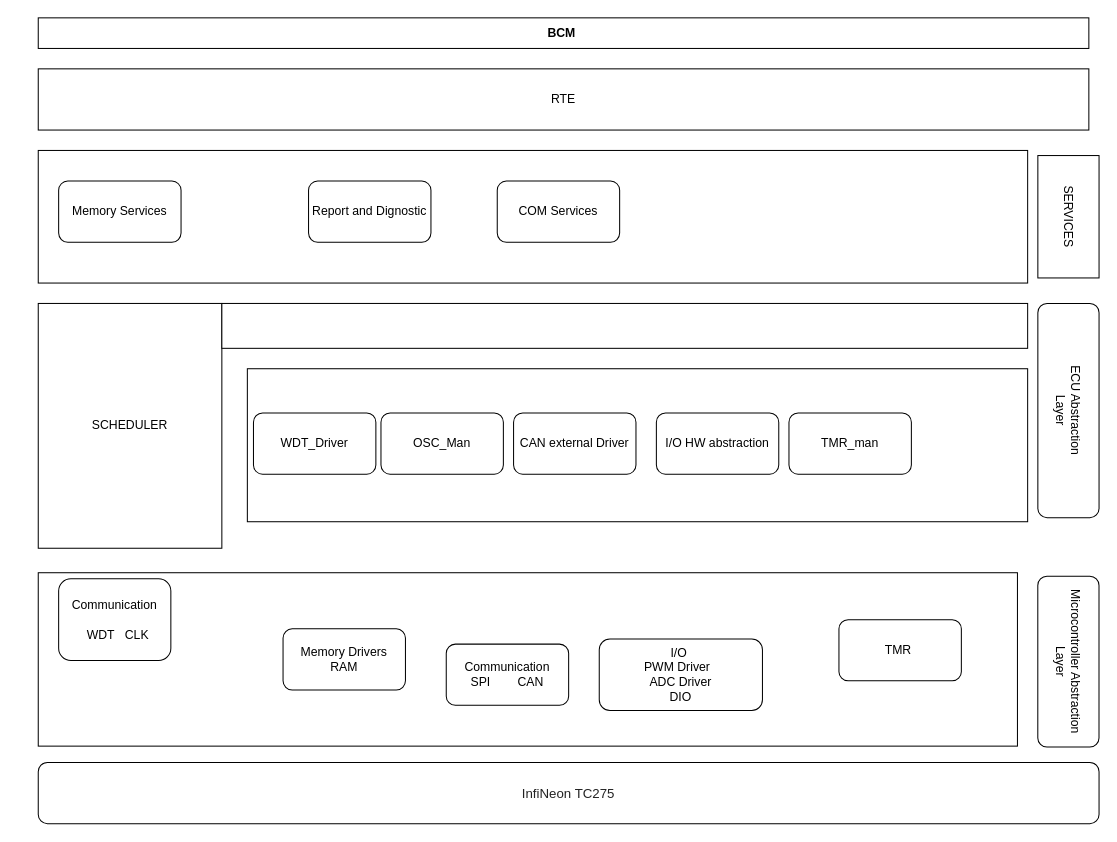
Before: page "Página-1" (1 of 2) of Diagrama sin título.drawio in juankcl/ContiDiagrams, a draw.io diagram. Source tidied: cells renumbered, new cells numbered last; positions are measured from the earlier drawing's top-left corner, leaving out a move shared by most shapes. Both pictures are drawn from the tidied source at 102%, with x=0, y=0 at pixel (38, 17).
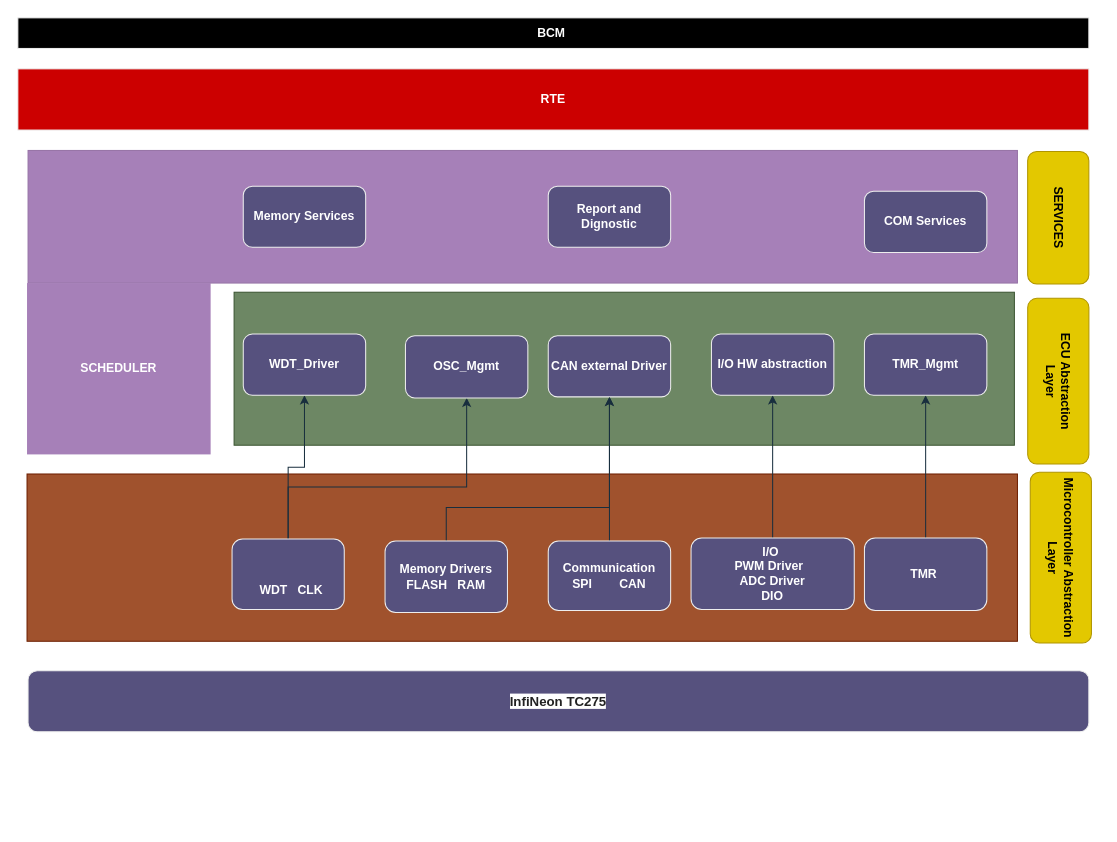
After the change.

The edit, as a diff of the source:
```diff
@@
-    <mxCell id="2" value="&lt;b&gt;BCM&amp;nbsp;&lt;/b&gt;" style="rounded=0;whiteSpace=wrap;html=1;" parent="1" vertex="1">
-      <mxGeometry width="1030" height="30" as="geometry" />
+    <mxCell id="2" value="&lt;span&gt;BCM&amp;nbsp;&lt;/span&gt;" style="rounded=0;whiteSpace=wrap;html=1;fillColor=#000000;strokeColor=#EEEEEE;fontColor=#FFFFFF;fontStyle=1;" parent="1" vertex="1">
+      <mxGeometry x="-20" width="1050" height="30" as="geometry" />
     </mxCell>
-    <mxCell id="3" value="RTE" style="rounded=0;whiteSpace=wrap;html=1;" parent="1" vertex="1">
-      <mxGeometry y="50" width="1030" height="60" as="geometry" />
+    <mxCell id="3" value="RTE" style="rounded=0;whiteSpace=wrap;html=1;fillColor=#CC0000;strokeColor=#EEEEEE;fontColor=#FFFFFF;fontStyle=1;" parent="1" vertex="1">
+      <mxGeometry x="-20" y="50" width="1050" height="60" as="geometry" />
     </mxCell>
-    <mxCell id="4" style="rounded=0;whiteSpace=wrap;html=1;" parent="1" vertex="1">
-      <mxGeometry y="130" width="970" height="130" as="geometry" />
+    <mxCell id="4" style="rounded=0;whiteSpace=wrap;html=1;fillColor=#A680B8;strokeColor=#9673a6;fontStyle=1;" parent="1" vertex="1">
+      <mxGeometry x="-10" y="130" width="970" height="130" as="geometry" />
     </mxCell>
-    <mxCell id="5" value="SCHEDULER" style="rounded=0;whiteSpace=wrap;html=1;" parent="1" vertex="1">
-      <mxGeometry y="280" width="180" height="240" as="geometry" />
-    </mxCell>
-    <mxCell id="6" style="rounded=0;whiteSpace=wrap;html=1;" parent="1" vertex="1">
-      <mxGeometry x="180" y="280" width="790" height="44" as="geometry" />
-    </mxCell>
-    <mxCell id="7" style="rounded=0;whiteSpace=wrap;html=1;" parent="1" vertex="1">
-      <mxGeometry x="205" y="344" width="765" height="150" as="geometry" />
-    </mxCell>
-    <mxCell id="8" value="&lt;div style=&quot;text-align: start;&quot;&gt;&lt;br&gt;&lt;/div&gt;" style="rounded=0;whiteSpace=wrap;html=1;" parent="1" vertex="1">
-      <mxGeometry y="544" width="960" height="170" as="geometry" />
-    </mxCell>
-    <mxCell id="9" value="Communication&lt;br&gt;&lt;br&gt;&amp;nbsp; WDT&amp;nbsp; &amp;nbsp;CLK" style="rounded=1;whiteSpace=wrap;html=1;" parent="1" vertex="1">
-      <mxGeometry x="20" y="550" width="110" height="80" as="geometry" />
-    </mxCell>
-    <mxCell id="10" value="I/O&amp;nbsp;&lt;br&gt;PWM Driver&amp;nbsp;&amp;nbsp;&lt;br&gt;ADC Driver&lt;br&gt;DIO" style="rounded=1;whiteSpace=wrap;html=1;" parent="1" vertex="1">
-      <mxGeometry x="550" y="609" width="160" height="70" as="geometry" />
-    </mxCell>
-    <mxCell id="11" value="Memory Drivers&lt;br&gt;RAM" style="rounded=1;whiteSpace=wrap;html=1;" parent="1" vertex="1">
-      <mxGeometry x="240" y="599" width="120" height="60" as="geometry" />
-    </mxCell>
-    <mxCell id="12" value="TMR&amp;nbsp;" style="rounded=1;whiteSpace=wrap;html=1;" parent="1" vertex="1">
-      <mxGeometry x="785" y="590" width="120" height="60" as="geometry" />
-    </mxCell>
-    <mxCell id="13" value="OSC_Man" style="rounded=1;whiteSpace=wrap;html=1;" parent="1" vertex="1">
-      <mxGeometry x="336" y="387.4" width="120" height="60" as="geometry" />
-    </mxCell>
-    <mxCell id="14" value="I/O HW abstraction" style="rounded=1;whiteSpace=wrap;html=1;" parent="1" vertex="1">
-      <mxGeometry x="606" y="387.4" width="120" height="60" as="geometry" />
-    </mxCell>
-    <mxCell id="15" style="edgeStyle=orthogonalEdgeStyle;rounded=0;orthogonalLoop=1;jettySize=auto;html=1;exitX=0.5;exitY=1;exitDx=0;exitDy=0;" parent="1" edge="1" source="14" target="14">
-      <mxGeometry relative="1" as="geometry" />
-    </mxCell>
-    <mxCell id="16" value="TMR_man" style="rounded=1;whiteSpace=wrap;html=1;" parent="1" vertex="1">
-      <mxGeometry x="736" y="387.4" width="120" height="60" as="geometry" />
-    </mxCell>
-    <mxCell id="17" value="CAN external Driver" style="rounded=1;whiteSpace=wrap;html=1;" parent="1" vertex="1">
-      <mxGeometry x="466" y="387.4" width="120" height="60" as="geometry" />
-    </mxCell>
-    <mxCell id="18" value="WDT_Driver" style="rounded=1;whiteSpace=wrap;html=1;" parent="1" vertex="1">
-      <mxGeometry x="211" y="387.4" width="120" height="60" as="geometry" />
-    </mxCell>
-    <mxCell id="19" value="Memory Services" style="rounded=1;whiteSpace=wrap;html=1;glass=0;" parent="1" vertex="1">
-      <mxGeometry x="20" y="160" width="120" height="60" as="geometry" />
+    <mxCell id="19" value="Memory Services" style="rounded=1;whiteSpace=wrap;html=1;glass=0;fillColor=#56517E;strokeColor=#EEEEEE;fontColor=#FFFFFF;fontStyle=1;" parent="1" vertex="1">
+      <mxGeometry x="201" y="165" width="120" height="60" as="geometry" />
     </mxCell>
-    <mxCell id="20" value="Report and Dignostic" style="rounded=1;whiteSpace=wrap;html=1;" parent="1" vertex="1">
-      <mxGeometry x="265" y="160" width="120" height="60" as="geometry" />
+    <mxCell id="20" value="Report and Dignostic" style="rounded=1;whiteSpace=wrap;html=1;fillColor=#56517E;strokeColor=#EEEEEE;fontColor=#FFFFFF;fontStyle=1;" parent="1" vertex="1">
+      <mxGeometry x="500" y="165" width="120" height="60" as="geometry" />
     </mxCell>
-    <mxCell id="21" value="COM Services" style="rounded=1;whiteSpace=wrap;html=1;" parent="1" vertex="1">
-      <mxGeometry x="450" y="160" width="120" height="60" as="geometry" />
+    <mxCell id="21" value="COM Services" style="rounded=1;whiteSpace=wrap;html=1;fillColor=#56517E;strokeColor=#EEEEEE;fontColor=#FFFFFF;fontStyle=1;" parent="1" vertex="1">
+      <mxGeometry x="810" y="170" width="120" height="60" as="geometry" />
     </mxCell>
-    <mxCell id="22" value="SERVICES" style="rounded=0;whiteSpace=wrap;html=1;rotation=90;" parent="1" vertex="1">
-      <mxGeometry x="950" y="165" width="120" height="60" as="geometry" />
+    <mxCell id="22" value="SERVICES" style="rounded=1;whiteSpace=wrap;html=1;rotation=90;fillColor=#e3c800;strokeColor=#B09500;fontColor=#000000;fontStyle=1;" parent="1" vertex="1">
+      <mxGeometry x="935" y="166" width="130" height="60" as="geometry" />
     </mxCell>
+    <mxCell id="5" value="SCHEDULER" style="rounded=0;whiteSpace=wrap;html=1;fillColor=#A680B8;strokeColor=none;fontColor=#FFFFFF;fontStyle=1;" parent="1" vertex="1">
+      <mxGeometry x="-11" y="260" width="180" height="168" as="geometry" />
+    </mxCell>
+    <mxCell id="27" style="rounded=0;whiteSpace=wrap;html=1;fillColor=#6d8764;strokeColor=#3A5431;fontColor=#ffffff;fontStyle=1;" parent="1" vertex="1">
+      <mxGeometry x="192" y="269" width="765" height="150" as="geometry" />
+    </mxCell>
+    <mxCell id="28" value="&lt;div style=&quot;text-align: start;&quot;&gt;&lt;br&gt;&lt;/div&gt;" style="rounded=0;whiteSpace=wrap;html=1;fillColor=#a0522d;strokeColor=#6D1F00;fontColor=#ffffff;fontStyle=1;" parent="1" vertex="1">
+      <mxGeometry x="-11" y="447.2" width="971" height="164" as="geometry" />
+    </mxCell>
+    <mxCell id="29" style="edgeStyle=orthogonalEdgeStyle;rounded=0;jettySize=auto;html=1;entryX=0.5;entryY=1;entryDx=0;entryDy=0;labelBackgroundColor=#FAD9D5;strokeColor=#182E3E;fontStyle=1;" parent="1" edge="1" source="31" target="18">
+      <mxGeometry relative="1" as="geometry" />
+    </mxCell>
+    <mxCell id="30" style="edgeStyle=orthogonalEdgeStyle;rounded=0;jettySize=auto;html=1;labelBackgroundColor=#FAD9D5;strokeColor=#182E3E;fontStyle=1;" parent="1" edge="1" source="31" target="36">
+      <mxGeometry relative="1" as="geometry">
+        <Array as="points">
+          <mxPoint x="245" y="460" />
+          <mxPoint x="420" y="460" />
+        </Array>
+      </mxGeometry>
+    </mxCell>
+    <mxCell id="31" value="&lt;br&gt;&lt;br&gt;&amp;nbsp; WDT&amp;nbsp; &amp;nbsp;CLK" style="rounded=1;whiteSpace=wrap;html=1;fillColor=#56517E;strokeColor=#EEEEEE;fontColor=#FFFFFF;fontStyle=1;" parent="1" vertex="1">
+      <mxGeometry x="190" y="511" width="110" height="69" as="geometry" />
+    </mxCell>
+    <mxCell id="32" style="edgeStyle=orthogonalEdgeStyle;rounded=0;jettySize=auto;html=1;labelBackgroundColor=#FAD9D5;strokeColor=#182E3E;fontStyle=1;" parent="1" edge="1" source="10" target="14">
+      <mxGeometry relative="1" as="geometry" />
+    </mxCell>
+    <mxCell id="10" value="I/O&amp;nbsp;&lt;br&gt;PWM Driver&amp;nbsp;&amp;nbsp;&lt;br&gt;ADC Driver&lt;br&gt;DIO" style="rounded=1;whiteSpace=wrap;html=1;fillColor=#56517E;strokeColor=#EEEEEE;fontColor=#FFFFFF;fontStyle=1;" parent="1" vertex="1">
+      <mxGeometry x="640" y="510" width="160" height="70" as="geometry" />
+    </mxCell>
+    <mxCell id="33" style="edgeStyle=orthogonalEdgeStyle;rounded=0;jettySize=auto;html=1;labelBackgroundColor=#FAD9D5;strokeColor=#182E3E;fontStyle=1;" parent="1" edge="1" source="34" target="17">
+      <mxGeometry relative="1" as="geometry">
+        <Array as="points">
+          <mxPoint x="400" y="480" />
+          <mxPoint x="560" y="480" />
+        </Array>
+      </mxGeometry>
+    </mxCell>
+    <mxCell id="34" value="Memory Drivers&lt;br&gt;FLASH&amp;nbsp; &amp;nbsp;RAM" style="rounded=1;whiteSpace=wrap;html=1;fillColor=#56517E;strokeColor=#EEEEEE;fontColor=#FFFFFF;fontStyle=1;" parent="1" vertex="1">
+      <mxGeometry x="340" y="513" width="120" height="70" as="geometry" />
+    </mxCell>
+    <mxCell id="35" style="edgeStyle=orthogonalEdgeStyle;rounded=0;jettySize=auto;html=1;labelBackgroundColor=#FAD9D5;strokeColor=#182E3E;fontStyle=1;" parent="1" edge="1" source="12" target="37">
+      <mxGeometry relative="1" as="geometry" />
+    </mxCell>
+    <mxCell id="12" value="TMR&amp;nbsp;" style="rounded=1;whiteSpace=wrap;html=1;fillColor=#56517E;strokeColor=#EEEEEE;fontColor=#FFFFFF;fontStyle=1;" parent="1" vertex="1">
+      <mxGeometry x="810" y="510" width="120" height="71" as="geometry" />
+    </mxCell>
+    <mxCell id="36" value="OSC_Mgmt" style="rounded=1;whiteSpace=wrap;html=1;fillColor=#56517E;strokeColor=#EEEEEE;fontColor=#FFFFFF;fontStyle=1;" parent="1" vertex="1">
+      <mxGeometry x="360" y="311.6" width="120" height="61" as="geometry" />
+    </mxCell>
+    <mxCell id="14" value="I/O HW abstraction" style="rounded=1;whiteSpace=wrap;html=1;fillColor=#56517E;strokeColor=#EEEEEE;fontColor=#FFFFFF;fontStyle=1;" parent="1" vertex="1">
+      <mxGeometry x="660" y="310" width="120" height="60" as="geometry" />
+    </mxCell>
+    <mxCell id="15" style="edgeStyle=orthogonalEdgeStyle;rounded=0;orthogonalLoop=1;jettySize=auto;html=1;exitX=0.5;exitY=1;exitDx=0;exitDy=0;labelBackgroundColor=#FAD9D5;strokeColor=#182E3E;fontStyle=1;" parent="1" edge="1" source="14" target="14">
+      <mxGeometry relative="1" as="geometry" />
+    </mxCell>
+    <mxCell id="37" value="TMR_Mgmt" style="rounded=1;whiteSpace=wrap;html=1;fillColor=#56517E;strokeColor=#EEEEEE;fontColor=#FFFFFF;fontStyle=1;" parent="1" vertex="1">
+      <mxGeometry x="810" y="310" width="120" height="60" as="geometry" />
+    </mxCell>
+    <mxCell id="17" value="CAN external Driver" style="rounded=1;whiteSpace=wrap;html=1;fillColor=#56517E;strokeColor=#EEEEEE;fontColor=#FFFFFF;fontStyle=1;" parent="1" vertex="1">
+      <mxGeometry x="500" y="311.6" width="120" height="60" as="geometry" />
+    </mxCell>
+    <mxCell id="18" value="WDT_Driver" style="rounded=1;whiteSpace=wrap;html=1;fillColor=#56517E;strokeColor=#EEEEEE;fontColor=#FFFFFF;fontStyle=1;" parent="1" vertex="1">
+      <mxGeometry x="201" y="310" width="120" height="60" as="geometry" />
+    </mxCell>
-    <mxCell id="23" value="ECU Abstraction&lt;br&gt;Layer" style="rounded=1;whiteSpace=wrap;html=1;rotation=90;" parent="1" vertex="1">
-      <mxGeometry x="905" y="355" width="210" height="60" as="geometry" />
+    <mxCell id="23" value="ECU Abstraction&lt;br&gt;Layer" style="rounded=1;whiteSpace=wrap;html=1;rotation=90;fillColor=#e3c800;strokeColor=#B09500;fontColor=#000000;fontStyle=1;" parent="1" vertex="1">
+      <mxGeometry x="918.8" y="326.2" width="162.5" height="60" as="geometry" />
     </mxCell>
-    <mxCell id="24" value="Microcontroller Abstraction Layer" style="rounded=1;whiteSpace=wrap;html=1;rotation=90;" parent="1" vertex="1">
-      <mxGeometry x="926.2" y="601.2" width="167.5" height="60" as="geometry" />
+    <mxCell id="24" value="Microcontroller Abstraction Layer" style="rounded=1;whiteSpace=wrap;html=1;rotation=90;fillColor=#e3c800;strokeColor=#B09500;fontColor=#000000;fontStyle=1;" parent="1" vertex="1">
+      <mxGeometry x="918.8" y="499.2" width="167.5" height="60" as="geometry" />
     </mxCell>
+    <mxCell id="38" style="edgeStyle=orthogonalEdgeStyle;rounded=0;jettySize=auto;html=1;entryX=0.5;entryY=1;entryDx=0;entryDy=0;labelBackgroundColor=#FAD9D5;strokeColor=#182E3E;fontStyle=1;" parent="1" edge="1" source="25" target="17">
+      <mxGeometry relative="1" as="geometry" />
+    </mxCell>
-    <mxCell id="25" value="Communication&lt;br&gt;SPI&amp;nbsp; &amp;nbsp; &amp;nbsp; &amp;nbsp; CAN" style="rounded=1;whiteSpace=wrap;html=1;" parent="1" vertex="1">
-      <mxGeometry x="400" y="614" width="120" height="60" as="geometry" />
+    <mxCell id="25" value="Communication&lt;br&gt;SPI&amp;nbsp; &amp;nbsp; &amp;nbsp; &amp;nbsp; CAN" style="rounded=1;whiteSpace=wrap;html=1;fillColor=#56517E;strokeColor=#EEEEEE;fontColor=#FFFFFF;fontStyle=1;" parent="1" vertex="1">
+      <mxGeometry x="500" y="513" width="120" height="68" as="geometry" />
     </mxCell>
-    <mxCell id="26" value="&lt;div style=&quot;text-align: start;&quot;&gt;&lt;font size=&quot;2&quot; face=&quot;Arial, Helvetica, sans-serif&quot; color=&quot;#222222&quot;&gt;&lt;span style=&quot;background-color: rgb(255, 255, 255);&quot;&gt;InfiNeon TC275&lt;/span&gt;&lt;/font&gt;&lt;/div&gt;" style="rounded=1;whiteSpace=wrap;html=1;" parent="1" vertex="1">
-      <mxGeometry y="730" width="1040" height="60" as="geometry" />
+    <mxCell id="26" value="&lt;div style=&quot;text-align: start;&quot;&gt;&lt;font size=&quot;2&quot; face=&quot;Arial, Helvetica, sans-serif&quot; color=&quot;#222222&quot;&gt;&lt;span style=&quot;background-color: rgb(255, 255, 255);&quot;&gt;InfiNeon TC275&lt;/span&gt;&lt;/font&gt;&lt;/div&gt;" style="rounded=1;whiteSpace=wrap;html=1;fillColor=#56517E;strokeColor=#EEEEEE;fontColor=#FFFFFF;fontStyle=1;" parent="1" vertex="1">
+      <mxGeometry x="-10" y="640" width="1040" height="60" as="geometry" />
     </mxCell>
```
